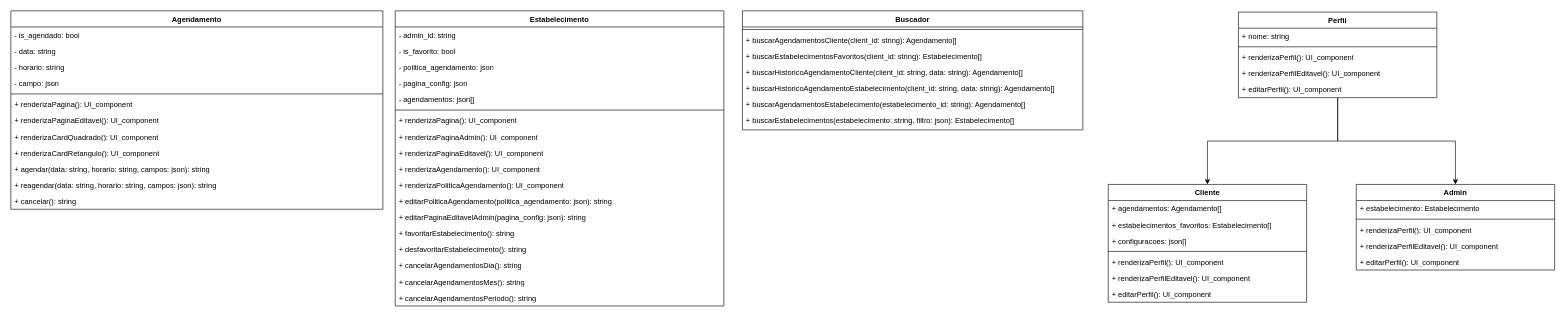
Above: frontend/Diagrama UML.drawio in Cesar-Flow/SaaS-agendamentos (draw.io), before the change. Source tidied: cells renumbered, new cells numbered last; positions are measured from the earlier drawing's top-left corner, leaving out a move shared by most shapes. Both pictures are drawn from the tidied source at 62%, with x=0, y=0 at pixel (11, 11).
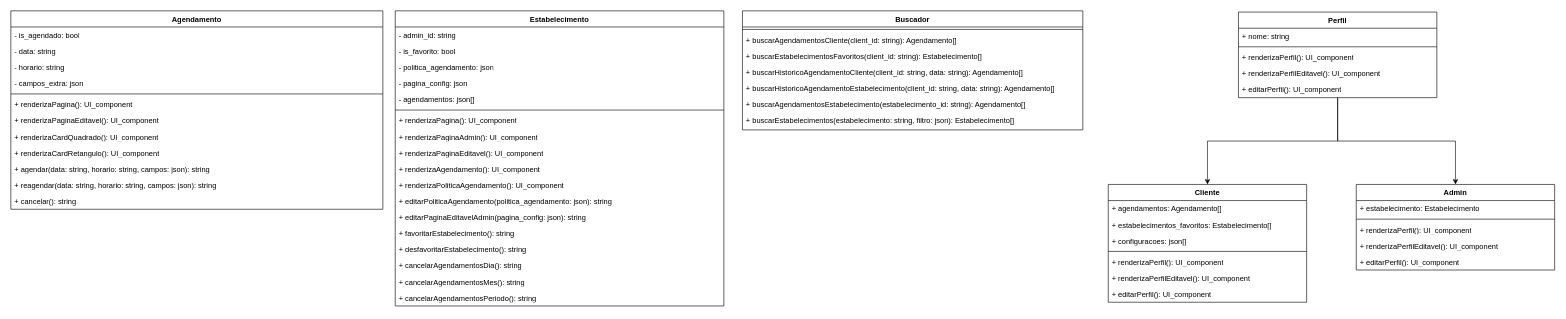
Above is the later version.

Unchanged cells that the change refers to:
```xml
<mxCell id="2" value="Agendamento" style="swimlane;fontStyle=1;align=center;verticalAlign=top;horizontal=1;startSize=26;whiteSpace=wrap;html=1;" parent="1" vertex="1">
  <mxGeometry width="600" height="320" as="geometry" />
</mxCell>
```

Diff of the diagram source:
```diff
@@
-    <mxCell id="6" value="- campo: json" style="text;strokeColor=none;fillColor=none;align=left;verticalAlign=top;spacingLeft=4;spacingRight=4;overflow=hidden;whiteSpace=wrap;html=1;" parent="2" vertex="1">
+    <mxCell id="6" value="- campos_extra: json" style="text;strokeColor=none;fillColor=none;align=left;verticalAlign=top;spacingLeft=4;spacingRight=4;overflow=hidden;whiteSpace=wrap;html=1;" parent="2" vertex="1">
       <mxGeometry y="104" width="600" height="26" as="geometry" />
     </mxCell>
```
